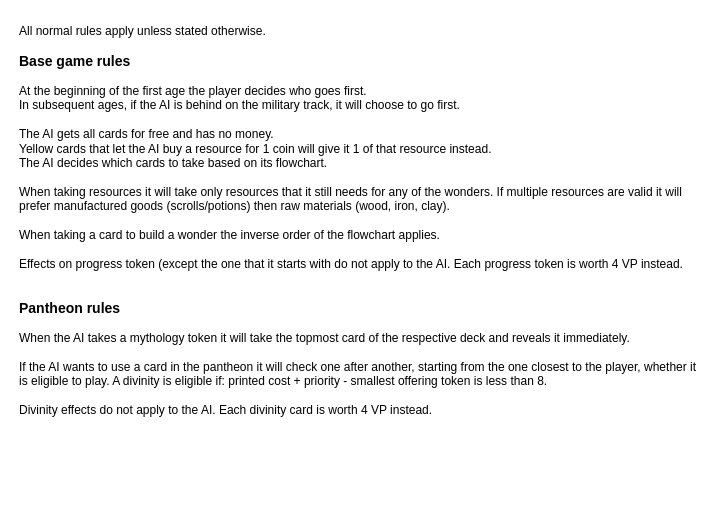
Before: Rules.drawio in MadCowDevelopment/7WondersDuelBots, a draw.io diagram. Source tidied: cells renumbered, new cells numbered last; positions are measured from the earlier drawing's top-left corner, leaving out a move shared by most shapes. Both pictures are drawn from the tidied source at 100%, with x=0, y=0 at pixel (17, 17).
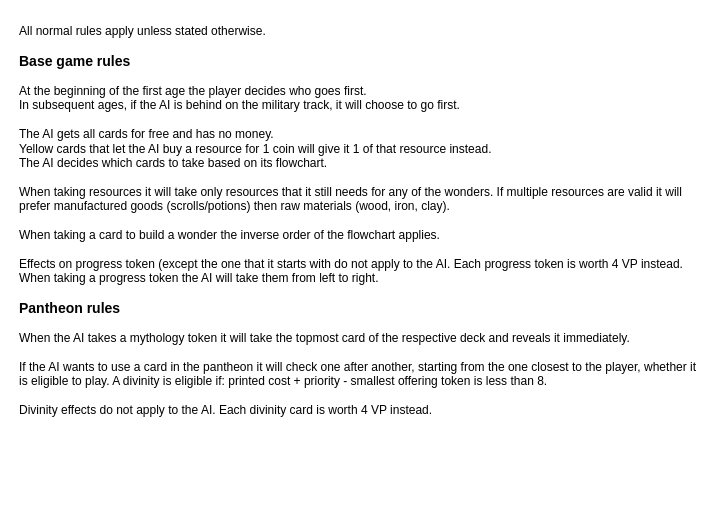
After the change.

Change to the diagram source:
```diff
@@
 <mxGraphModel>
   <root>
     <mxCell id="0" />
     <mxCell id="1" parent="0" />
-    <mxCell id="2" value="All normal rules apply unless stated otherwise.&lt;br&gt;&lt;span&gt;&lt;b&gt;&lt;br&gt;&lt;font style=&quot;font-size: 14px&quot;&gt;Base game rules&lt;/font&gt;&lt;/b&gt;&lt;/span&gt;&lt;br&gt;&lt;span&gt;&lt;br&gt;&lt;/span&gt;At the beginning of the first age the player decides who goes first.&lt;br&gt;In subsequent ages, if the AI is behind on the military track, it will choose to go first.&lt;span&gt;&lt;br&gt;&lt;/span&gt;&lt;br&gt;&lt;span&gt;The AI gets all cards for free and has no money.&lt;/span&gt;&lt;br&gt;&lt;span&gt;Yellow cards that let the AI buy a resource for 1 coin will give it 1 of that resource instead.&lt;/span&gt;&lt;br&gt;&lt;span&gt;The AI decides which cards to take based on its flowchart.&lt;/span&gt;&lt;br&gt;&lt;br&gt;&lt;span&gt;When taking resources it will take only resources that it still needs for any of the wonders. If multiple resources are valid it will prefer manufactured goods (scrolls/potions) then raw materials (wood, iron, clay).&lt;br&gt;&lt;/span&gt;&lt;br&gt;&lt;span&gt;When taking a card to build a wonder the inverse order of the flowchart applies.&lt;br&gt;&lt;/span&gt;&lt;br&gt;Effects on progress token (except the one that it starts with do not apply to the AI. Each progress token is worth 4 VP instead.&lt;br&gt;&lt;br&gt;&lt;b&gt;&lt;br&gt;&lt;font style=&quot;font-size: 14px&quot;&gt;Pantheon rules&lt;/font&gt;&lt;br&gt;&lt;/b&gt;&lt;br&gt;When the AI takes a mythology token it will take the topmost card of the respective deck and reveals it immediately.&lt;br&gt;&lt;br&gt;If the AI wants to use a card in the pantheon it will check one after another, starting from the one closest to the player, whether it is eligible to play. A divinity is eligible if: printed cost + priority - smallest offering token is less than 8.&lt;br&gt;&lt;br&gt;Divinity effects do not apply to the AI. Each divinity card is worth 4 VP instead.&lt;br&gt;&lt;br&gt;&lt;br&gt;" style="text;html=1;strokeColor=none;fillColor=none;align=left;verticalAlign=top;whiteSpace=wrap;rounded=0;" parent="1" vertex="1">
+    <mxCell id="2" value="All normal rules apply unless stated otherwise.&lt;br&gt;&lt;span&gt;&lt;b&gt;&lt;br&gt;&lt;font style=&quot;font-size: 14px&quot;&gt;Base game rules&lt;/font&gt;&lt;/b&gt;&lt;/span&gt;&lt;br&gt;&lt;span&gt;&lt;br&gt;&lt;/span&gt;At the beginning of the first age the player decides who goes first.&lt;br&gt;In subsequent ages, if the AI is behind on the military track, it will choose to go first.&amp;nbsp;&lt;span&gt;&lt;br&gt;&lt;/span&gt;&lt;br&gt;&lt;span&gt;The AI gets all cards for free and has no money.&lt;/span&gt;&lt;br&gt;&lt;span&gt;Yellow cards that let the AI buy a resource for 1 coin will give it 1 of that resource instead.&lt;/span&gt;&lt;br&gt;&lt;span&gt;The AI decides which cards to take based on its flowchart.&lt;/span&gt;&lt;br&gt;&lt;br&gt;&lt;span&gt;When taking resources it will take only resources that it still needs for any of the wonders. If multiple resources are valid it will prefer manufactured goods (scrolls/potions) then raw materials (wood, iron, clay).&lt;br&gt;&lt;/span&gt;&lt;br&gt;&lt;span&gt;When taking a card to build a wonder the inverse order of the flowchart applies.&lt;br&gt;&lt;/span&gt;&lt;br&gt;Effects on progress token (except the one that it starts with do not apply to the AI. Each progress token is worth 4 VP instead.&lt;br&gt;When taking a progress token the AI will take them from left to right.&lt;br&gt;&lt;b&gt;&lt;br&gt;&lt;font style=&quot;font-size: 14px&quot;&gt;Pantheon rules&lt;/font&gt;&lt;br&gt;&lt;/b&gt;&lt;br&gt;When the AI takes a mythology token it will take the topmost card of the respective deck and reveals it immediately.&lt;br&gt;&lt;br&gt;If the AI wants to use a card in the pantheon it will check one after another, starting from the one closest to the player, whether it is eligible to play. A divinity is eligible if: printed cost + priority - smallest offering token is less than 8.&lt;br&gt;&lt;br&gt;Divinity effects do not apply to the AI. Each divinity card is worth 4 VP instead.&lt;br&gt;&lt;br&gt;&lt;br&gt;" style="text;html=1;strokeColor=none;fillColor=none;align=left;verticalAlign=top;whiteSpace=wrap;rounded=0;" parent="1" vertex="1">
       <mxGeometry width="690" height="480" as="geometry" />
     </mxCell>
   </root>
 </mxGraphModel>
```
